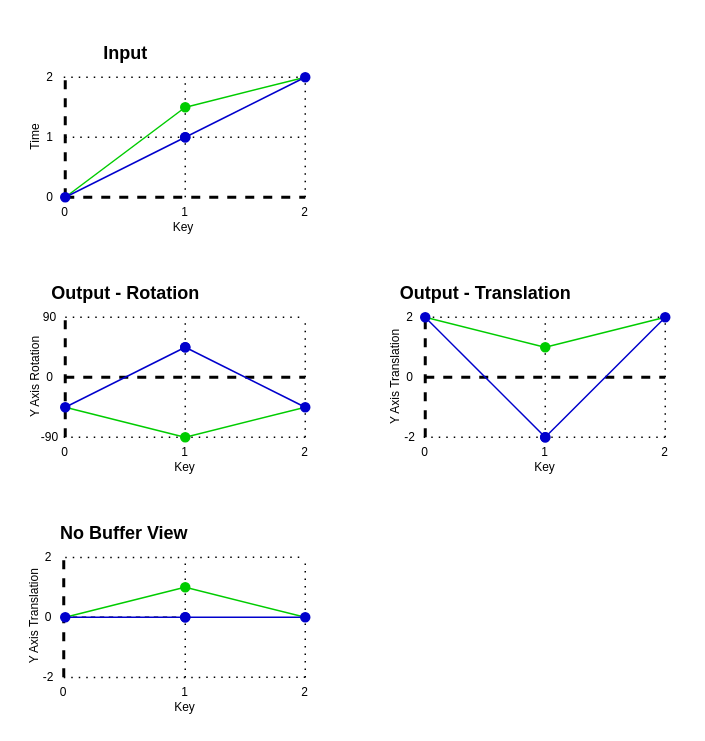
Above: Source/Resources/Sources/SparseAccessor.drawio in KhronosGroup/glTF-Asset-Generator (draw.io), before the change. Source tidied: cells renumbered, new cells numbered last; positions are measured from the earlier drawing's top-left corner, leaving out a move shared by most shapes. Both pictures are drawn from the tidied source at 150%, with x=0, y=0 at pixel (-46, 32).
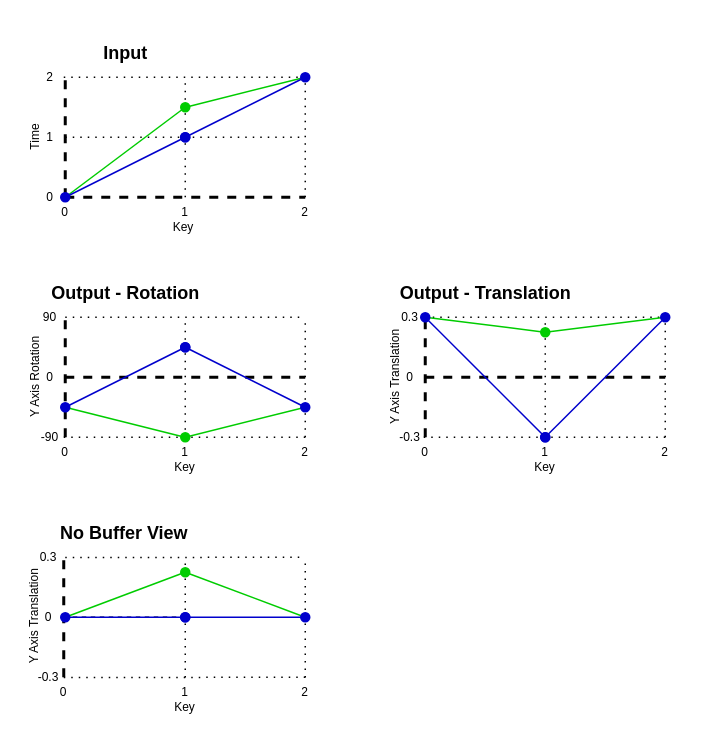
The same page after the edit.

What changed in the source:
```diff
@@
-    <mxCell id="20" value="-2" style="text;html=1;strokeColor=none;fillColor=none;align=center;verticalAlign=middle;whiteSpace=wrap;rounded=0;fontSize=8;" parent="1" vertex="1">
+    <mxCell id="20" value="-0.3" style="text;html=1;strokeColor=none;fillColor=none;align=center;verticalAlign=middle;whiteSpace=wrap;rounded=0;fontSize=8;" parent="1" vertex="1">
       <mxGeometry x="299" y="265" width="10" height="10" as="geometry" />
     </mxCell>
@@
-    <mxCell id="22" value="2" style="text;html=1;strokeColor=none;fillColor=none;align=center;verticalAlign=middle;whiteSpace=wrap;rounded=0;fontSize=8;" parent="1" vertex="1">
+    <mxCell id="22" value="0.3" style="text;html=1;strokeColor=none;fillColor=none;align=center;verticalAlign=middle;whiteSpace=wrap;rounded=0;fontSize=8;" parent="1" vertex="1">
       <mxGeometry x="299" y="185" width="10" height="10" as="geometry" />
     </mxCell>
@@
-    <mxCell id="30" value="-2" style="text;html=1;strokeColor=none;fillColor=none;align=center;verticalAlign=middle;whiteSpace=wrap;rounded=0;fontSize=8;" parent="1" vertex="1">
+    <mxCell id="30" value="-0.3" style="text;html=1;strokeColor=none;fillColor=none;align=center;verticalAlign=middle;whiteSpace=wrap;rounded=0;fontSize=8;" parent="1" vertex="1">
       <mxGeometry x="58" y="425" width="10" height="10" as="geometry" />
     </mxCell>
@@
-    <mxCell id="32" value="2" style="text;html=1;strokeColor=none;fillColor=none;align=center;verticalAlign=middle;whiteSpace=wrap;rounded=0;fontSize=8;" parent="1" vertex="1">
+    <mxCell id="32" value="0.3" style="text;html=1;strokeColor=none;fillColor=none;align=center;verticalAlign=middle;whiteSpace=wrap;rounded=0;fontSize=8;" parent="1" vertex="1">
       <mxGeometry x="58" y="345" width="10" height="10" as="geometry" />
     </mxCell>
@@
     <mxCell id="62" style="endArrow=oval;html=1;endFill=1;startArrow=none;startFill=0;strokeColor=#00CC00;fillColor=#d5e8d4;" parent="1" edge="1">
       <mxGeometry relative="1" as="geometry">
         <mxPoint x="314" y="190" as="sourcePoint" />
-        <mxPoint x="394" y="210" as="targetPoint" />
+        <mxPoint x="394" y="200" as="targetPoint" />
       </mxGeometry>
     </mxCell>
     <mxCell id="63" style="endArrow=none;html=1;endFill=0;startArrow=none;startFill=0;strokeColor=#00CC00;fillColor=#d5e8d4;" parent="1" edge="1">
       <mxGeometry relative="1" as="geometry">
-        <mxPoint x="394" y="210" as="sourcePoint" />
+        <mxPoint x="394" y="200" as="sourcePoint" />
         <mxPoint x="474" y="190" as="targetPoint" />
       </mxGeometry>
     </mxCell>
@@
     <mxCell id="73" style="endArrow=oval;html=1;endFill=1;startArrow=none;startFill=0;strokeColor=#00CC00;fillColor=#d5e8d4;" parent="1" edge="1">
       <mxGeometry relative="1" as="geometry">
         <mxPoint x="74" y="390" as="sourcePoint" />
-        <mxPoint x="154" y="370" as="targetPoint" />
+        <mxPoint x="154" y="360" as="targetPoint" />
       </mxGeometry>
     </mxCell>
     <mxCell id="74" style="endArrow=none;html=1;endFill=0;startArrow=none;startFill=0;strokeColor=#00CC00;fillColor=#d5e8d4;" parent="1" edge="1">
       <mxGeometry relative="1" as="geometry">
-        <mxPoint x="154" y="370" as="sourcePoint" />
+        <mxPoint x="154" y="360" as="sourcePoint" />
         <mxPoint x="234" y="390" as="targetPoint" />
       </mxGeometry>
     </mxCell>
```
